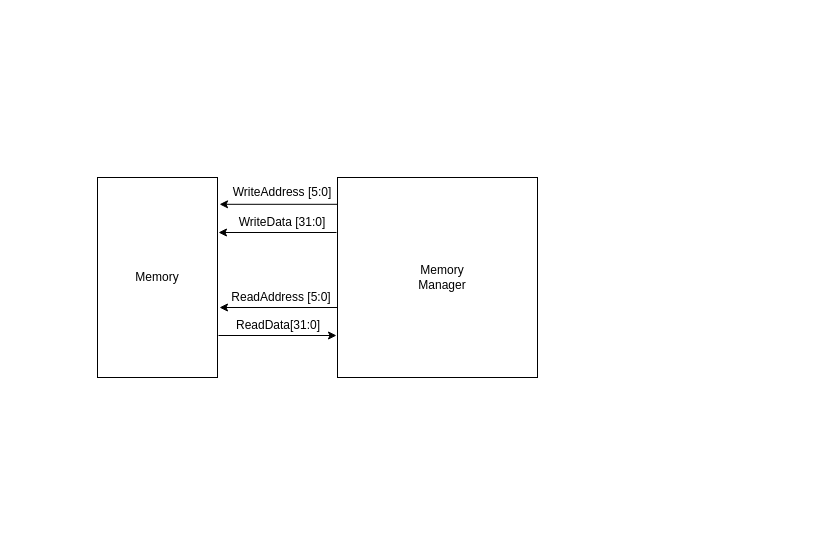
limichael246/STARS_2024 keeps this draw.io diagram as IO_Manager.drawio. Above is the earlier version. Source tidied: cells renumbered, new cells numbered last; positions are measured from the earlier drawing's top-left corner, leaving out a move shared by most shapes. Both pictures are drawn from the tidied source at 100%, with x=0, y=0 at pixel (97, 177).
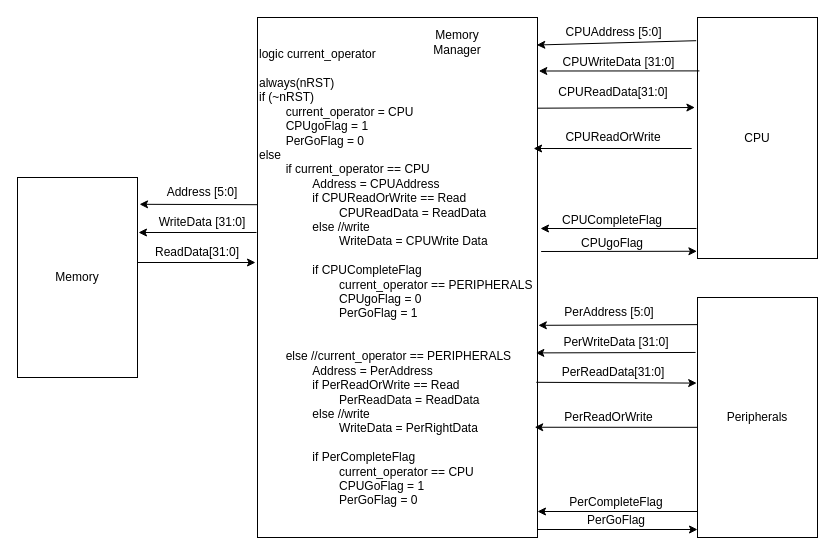
The same diagram, later.

The edit, as a diff of the source:
```diff
@@
-    <mxCell id="2" value="ReadAddress [5:0]" style="text;html=1;align=center;verticalAlign=middle;whiteSpace=wrap;rounded=0;" parent="1" vertex="1">
-      <mxGeometry x="129" y="105" width="110" height="30" as="geometry" />
-    </mxCell>
-    <mxCell id="3" style="rounded=0;whiteSpace=wrap;html=1;" parent="1" vertex="1">
-      <mxGeometry x="240" width="200" height="200" as="geometry" />
+    <mxCell id="3" value="logic current_operator&lt;div&gt;&lt;br&gt;&lt;/div&gt;&lt;div&gt;always(nRST)&lt;/div&gt;&lt;div&gt;if (~nRST)&lt;/div&gt;&lt;div&gt;&lt;span style=&quot;white-space: pre;&quot;&gt;&#9;&lt;/span&gt;current_operator = CPU&lt;br&gt;&lt;/div&gt;&lt;div&gt;&lt;span style=&quot;white-space: pre;&quot;&gt;&#9;&lt;/span&gt;CPUgoFlag = 1&lt;br&gt;&lt;/div&gt;&lt;div&gt;&lt;span style=&quot;white-space: pre;&quot;&gt;&#9;&lt;/span&gt;PerGoFlag = 0&lt;br&gt;&lt;/div&gt;&lt;div&gt;else&lt;/div&gt;&lt;div&gt;&lt;span style=&quot;white-space: pre;&quot;&gt;&#9;&lt;/span&gt;if current_operator == CPU&lt;br&gt;&lt;/div&gt;&lt;div&gt;&lt;span style=&quot;white-space: pre;&quot;&gt;&#9;&lt;/span&gt;&lt;span style=&quot;white-space: pre;&quot;&gt;&#9;&lt;/span&gt;Address = CPUAddress&lt;br&gt;&lt;/div&gt;&lt;div&gt;&lt;span style=&quot;white-space: pre;&quot;&gt;&#9;&lt;/span&gt;&lt;span style=&quot;white-space: pre;&quot;&gt;&#9;&lt;/span&gt;if CPUReadOrWrite == Read&lt;br&gt;&lt;/div&gt;&lt;div&gt;&lt;span style=&quot;white-space: pre;&quot;&gt;&#9;&lt;/span&gt;&lt;span style=&quot;white-space: pre;&quot;&gt;&#9;&lt;/span&gt;&lt;span style=&quot;white-space: pre;&quot;&gt;&#9;&lt;/span&gt;CPUReadData = ReadData&lt;br&gt;&lt;/div&gt;&lt;div&gt;&lt;span style=&quot;white-space: pre;&quot;&gt;&#9;&lt;/span&gt;&lt;span style=&quot;white-space: pre;&quot;&gt;&#9;&lt;/span&gt;else //write&lt;br&gt;&lt;/div&gt;&lt;div&gt;&lt;span style=&quot;white-space: pre;&quot;&gt;&#9;&lt;/span&gt;&lt;span style=&quot;white-space: pre;&quot;&gt;&#9;&lt;/span&gt;&lt;span style=&quot;white-space: pre;&quot;&gt;&#9;&lt;/span&gt;WriteData = CPUWrite Data&lt;br&gt;&lt;/div&gt;&lt;div&gt;&lt;span style=&quot;white-space: pre;&quot;&gt;&#9;&lt;/span&gt;&lt;span style=&quot;white-space: pre;&quot;&gt;&#9;&lt;/span&gt;&lt;br&gt;&lt;/div&gt;&lt;div&gt;&lt;span style=&quot;white-space: pre;&quot;&gt;&#9;&lt;/span&gt;&lt;span style=&quot;white-space: pre;&quot;&gt;&#9;&lt;/span&gt;if CPUCompleteFlag&lt;br&gt;&lt;/div&gt;&lt;div&gt;&lt;span style=&quot;white-space: pre;&quot;&gt;&#9;&lt;/span&gt;&lt;span style=&quot;white-space: pre;&quot;&gt;&#9;&lt;/span&gt;&lt;span style=&quot;white-space: pre;&quot;&gt;&#9;&lt;/span&gt;current_operator == PERIPHERALS&lt;/div&gt;&lt;div&gt;&lt;span style=&quot;white-space: pre;&quot;&gt;&#9;&lt;/span&gt;&lt;span style=&quot;white-space: pre;&quot;&gt;&#9;&lt;/span&gt;&lt;span style=&quot;white-space: pre;&quot;&gt;&#9;&lt;/span&gt;CPUgoFlag = 0&lt;br&gt;&lt;/div&gt;&lt;div&gt;&lt;span style=&quot;white-space: pre;&quot;&gt;&#9;&lt;/span&gt;&lt;span style=&quot;white-space: pre;&quot;&gt;&#9;&lt;/span&gt;&lt;span style=&quot;white-space: pre;&quot;&gt;&#9;&lt;/span&gt;PerGoFlag = 1&lt;br&gt;&lt;/div&gt;&lt;div&gt;&lt;span style=&quot;white-space: pre;&quot;&gt;&#9;&lt;/span&gt;&lt;span style=&quot;white-space: pre;&quot;&gt;&#9;&lt;/span&gt;&lt;span style=&quot;white-space: pre;&quot;&gt;&#9;&lt;/span&gt;&lt;br&gt;&lt;/div&gt;&lt;div&gt;&lt;span style=&quot;white-space: pre;&quot;&gt;&#9;&lt;/span&gt;&lt;span style=&quot;white-space: pre;&quot;&gt;&#9;&lt;/span&gt;&lt;br&gt;&lt;/div&gt;&lt;div&gt;&lt;span style=&quot;white-space: pre;&quot;&gt;&#9;&lt;/span&gt;else //current_operator == PERIPHERALS&lt;br&gt;&lt;/div&gt;&lt;div&gt;&lt;span style=&quot;white-space: pre;&quot;&gt;&#9;&lt;/span&gt;&lt;span style=&quot;white-space: pre;&quot;&gt;&#9;&lt;/span&gt;Address = PerAddress&lt;br&gt;&lt;/div&gt;&lt;div&gt;&lt;span style=&quot;white-space: pre;&quot;&gt;&#9;&lt;/span&gt;&lt;span style=&quot;white-space: pre;&quot;&gt;&#9;&lt;/span&gt;if PerReadOrWrite == Read&lt;br&gt;&lt;/div&gt;&lt;div&gt;&lt;span style=&quot;white-space: pre;&quot;&gt;&#9;&lt;/span&gt;&lt;span style=&quot;white-space: pre;&quot;&gt;&#9;&lt;span style=&quot;white-space: pre;&quot;&gt;&#9;&lt;/span&gt;P&lt;/span&gt;erReadData = ReadData&lt;br&gt;&lt;/div&gt;&lt;div&gt;&lt;span style=&quot;white-space: pre;&quot;&gt;&#9;&lt;/span&gt;&lt;span style=&quot;white-space: pre;&quot;&gt;&#9;&lt;/span&gt;else //write&lt;br&gt;&lt;/div&gt;&lt;div&gt;&lt;span style=&quot;white-space: pre;&quot;&gt;&#9;&lt;/span&gt;&lt;span style=&quot;white-space: pre;&quot;&gt;&#9;&lt;/span&gt;&lt;span style=&quot;white-space: pre;&quot;&gt;&#9;&lt;/span&gt;WriteData = PerRightData&lt;br&gt;&lt;/div&gt;&lt;div&gt;&lt;br&gt;&lt;/div&gt;&lt;div&gt;&lt;span style=&quot;white-space: pre;&quot;&gt;&#9;&lt;/span&gt;&lt;span style=&quot;white-space: pre;&quot;&gt;&#9;&lt;/span&gt;&lt;span style=&quot;background-color: initial;&quot;&gt;if PerCompleteFlag&lt;/span&gt;&lt;br&gt;&lt;/div&gt;&lt;div&gt;&lt;span style=&quot;white-space: pre;&quot;&gt;&#9;&lt;/span&gt;&lt;span style=&quot;white-space: pre;&quot;&gt;&#9;&lt;/span&gt;&lt;span style=&quot;white-space: pre;&quot;&gt;&#9;&lt;/span&gt;current_operator == CPU&lt;/div&gt;&lt;div&gt;&lt;span style=&quot;white-space: pre;&quot;&gt;&#9;&lt;/span&gt;&lt;span style=&quot;white-space: pre;&quot;&gt;&#9;&lt;/span&gt;&lt;span style=&quot;white-space: pre;&quot;&gt;&#9;&lt;/span&gt;CPUGoFlag = 1&lt;br&gt;&lt;/div&gt;&lt;div&gt;&lt;span style=&quot;white-space: pre;&quot;&gt;&#9;&lt;/span&gt;&lt;span style=&quot;white-space: pre;&quot;&gt;&#9;&lt;/span&gt;&lt;span style=&quot;white-space: pre;&quot;&gt;&#9;&lt;/span&gt;PerGoFlag = 0&lt;/div&gt;" style="rounded=0;whiteSpace=wrap;html=1;align=left;" parent="1" vertex="1">
+      <mxGeometry x="160" y="-160" width="280" height="520" as="geometry" />
     </mxCell>
     <mxCell id="4" value="Memory" style="rounded=0;whiteSpace=wrap;html=1;" parent="1" vertex="1">
-      <mxGeometry width="120" height="200" as="geometry" />
+      <mxGeometry x="-80" width="120" height="200" as="geometry" />
     </mxCell>
-    <mxCell id="5" style="endArrow=classic;html=1;rounded=0;exitX=0.002;exitY=0.134;exitDx=0;exitDy=0;exitPerimeter=0;entryX=1.017;entryY=0.134;entryDx=0;entryDy=0;entryPerimeter=0;" parent="1" edge="1" source="3" target="4">
-      <mxGeometry relative="1" as="geometry" />
+    <mxCell id="5" style="endArrow=classic;html=1;rounded=0;exitX=-0.002;exitY=0.36;exitDx=0;exitDy=0;exitPerimeter=0;entryX=1.017;entryY=0.134;entryDx=0;entryDy=0;entryPerimeter=0;" parent="1" edge="1" target="4">
+      <mxGeometry relative="1" as="geometry">
+        <mxPoint x="159.6" y="27.2" as="sourcePoint" />
+      </mxGeometry>
     </mxCell>
     <mxCell id="6" style="endArrow=classic;html=1;rounded=0;exitX=0.002;exitY=0.134;exitDx=0;exitDy=0;exitPerimeter=0;entryX=1.017;entryY=0.134;entryDx=0;entryDy=0;entryPerimeter=0;" parent="1" edge="1">
       <mxGeometry relative="1" as="geometry">
-        <mxPoint x="239" y="55" as="sourcePoint" />
-        <mxPoint x="121" y="55" as="targetPoint" />
+        <mxPoint x="159" y="55" as="sourcePoint" />
+        <mxPoint x="41" y="55" as="targetPoint" />
       </mxGeometry>
     </mxCell>
-    <mxCell id="7" style="endArrow=classic;html=1;rounded=0;exitX=0.002;exitY=0.134;exitDx=0;exitDy=0;exitPerimeter=0;entryX=1.017;entryY=0.134;entryDx=0;entryDy=0;entryPerimeter=0;" parent="1" edge="1">
-      <mxGeometry relative="1" as="geometry">
-        <mxPoint x="240" y="130" as="sourcePoint" />
-        <mxPoint x="122" y="130" as="targetPoint" />
-      </mxGeometry>
-    </mxCell>
     <mxCell id="8" style="endArrow=classic;html=1;rounded=0;exitX=0.002;exitY=0.134;exitDx=0;exitDy=0;exitPerimeter=0;entryX=1.017;entryY=0.134;entryDx=0;entryDy=0;entryPerimeter=0;" parent="1" edge="1">
       <mxGeometry relative="1" as="geometry">
-        <mxPoint x="121" y="158" as="sourcePoint" />
-        <mxPoint x="239" y="158" as="targetPoint" />
+        <mxPoint x="40" y="85" as="sourcePoint" />
+        <mxPoint x="158" y="85" as="targetPoint" />
       </mxGeometry>
     </mxCell>
-    <mxCell id="9" value="WriteAddress [5:0]" style="text;html=1;align=center;verticalAlign=middle;whiteSpace=wrap;rounded=0;" parent="1" vertex="1">
-      <mxGeometry x="130" width="110" height="30" as="geometry" />
+    <mxCell id="9" value="Address [5:0]" style="text;html=1;align=center;verticalAlign=middle;whiteSpace=wrap;rounded=0;" parent="1" vertex="1">
+      <mxGeometry x="50" width="110" height="30" as="geometry" />
     </mxCell>
     <mxCell id="10" value="WriteData [31:0]" style="text;html=1;align=center;verticalAlign=middle;whiteSpace=wrap;rounded=0;" parent="1" vertex="1">
-      <mxGeometry x="130" y="30" width="110" height="30" as="geometry" />
+      <mxGeometry x="50" y="30" width="110" height="30" as="geometry" />
     </mxCell>
     <mxCell id="11" value="ReadData[31:0]" style="text;html=1;align=center;verticalAlign=middle;whiteSpace=wrap;rounded=0;" parent="1" vertex="1">
-      <mxGeometry x="126" y="133" width="110" height="30" as="geometry" />
+      <mxGeometry x="45" y="60" width="110" height="30" as="geometry" />
     </mxCell>
     <mxCell id="12" value="Memory Manager" style="text;html=1;align=center;verticalAlign=middle;whiteSpace=wrap;rounded=0;" parent="1" vertex="1">
-      <mxGeometry x="315" y="85" width="60" height="30" as="geometry" />
+      <mxGeometry x="330" y="-150" width="60" height="30" as="geometry" />
     </mxCell>
+    <mxCell id="13" value="Peripherals" style="rounded=0;whiteSpace=wrap;html=1;" parent="1" vertex="1">
+      <mxGeometry x="600" y="120" width="120" height="240" as="geometry" />
+    </mxCell>
+    <mxCell id="14" value="CPU" style="rounded=0;whiteSpace=wrap;html=1;" parent="1" vertex="1">
+      <mxGeometry x="600" y="-160" width="120" height="241" as="geometry" />
+    </mxCell>
+    <mxCell id="15" style="endArrow=classic;html=1;rounded=0;exitX=1.013;exitY=0.45;exitDx=0;exitDy=0;entryX=-0.005;entryY=0.97;entryDx=0;entryDy=0;entryPerimeter=0;exitPerimeter=0;" parent="1" edge="1" source="3" target="14">
+      <mxGeometry relative="1" as="geometry" />
+    </mxCell>
+    <mxCell id="16" value="CPUgoFlag" style="text;html=1;align=center;verticalAlign=middle;whiteSpace=wrap;rounded=0;" parent="1" vertex="1">
+      <mxGeometry x="485" y="51" width="60" height="30" as="geometry" />
+    </mxCell>
+    <mxCell id="17" style="endArrow=classic;html=1;rounded=0;exitX=0;exitY=0.25;exitDx=0;exitDy=0;entryX=1.003;entryY=0.124;entryDx=0;entryDy=0;entryPerimeter=0;" parent="1" edge="1">
+      <mxGeometry relative="1" as="geometry">
+        <mxPoint x="598.7" y="-136.8" as="sourcePoint" />
+        <mxPoint x="439.3" y="-132.5" as="targetPoint" />
+      </mxGeometry>
+    </mxCell>
+    <mxCell id="18" style="endArrow=classic;html=1;rounded=0;exitX=0.027;exitY=0.375;exitDx=0;exitDy=0;exitPerimeter=0;entryX=1.013;entryY=0.174;entryDx=0;entryDy=0;entryPerimeter=0;" parent="1" edge="1">
+      <mxGeometry relative="1" as="geometry">
+        <mxPoint x="601.9" y="-106.6" as="sourcePoint" />
+        <mxPoint x="441.3" y="-106.5" as="targetPoint" />
+      </mxGeometry>
+    </mxCell>
+    <mxCell id="19" style="endArrow=classic;html=1;rounded=0;exitX=-0.037;exitY=0.697;exitDx=0;exitDy=0;exitPerimeter=0;entryX=0.987;entryY=0.323;entryDx=0;entryDy=0;entryPerimeter=0;" parent="1" edge="1">
+      <mxGeometry relative="1" as="geometry">
+        <mxPoint x="594.2" y="-29" as="sourcePoint" />
+        <mxPoint x="436.1" y="-29" as="targetPoint" />
+      </mxGeometry>
+    </mxCell>
+    <mxCell id="20" style="endArrow=classic;html=1;rounded=0;exitX=1.016;exitY=0.381;exitDx=0;exitDy=0;exitPerimeter=0;entryX=0.005;entryY=0.819;entryDx=0;entryDy=0;entryPerimeter=0;" parent="1" edge="1">
+      <mxGeometry relative="1" as="geometry">
+        <mxPoint x="440" y="-69.3" as="sourcePoint" />
+        <mxPoint x="597.4" y="-70" as="targetPoint" />
+      </mxGeometry>
+    </mxCell>
+    <mxCell id="21" style="endArrow=classic;html=1;rounded=0;entryX=-0.005;entryY=0.935;entryDx=0;entryDy=0;entryPerimeter=0;" parent="1" edge="1">
+      <mxGeometry relative="1" as="geometry">
+        <mxPoint x="440" y="352" as="sourcePoint" />
+        <mxPoint x="600" y="352" as="targetPoint" />
+      </mxGeometry>
+    </mxCell>
+    <mxCell id="22" value="PerGoFlag" style="text;html=1;align=center;verticalAlign=middle;whiteSpace=wrap;rounded=0;" parent="1" vertex="1">
+      <mxGeometry x="489" y="328" width="60" height="30" as="geometry" />
+    </mxCell>
+    <mxCell id="23" style="endArrow=classic;html=1;rounded=0;exitX=0;exitY=0.113;exitDx=0;exitDy=0;exitPerimeter=0;entryX=1.003;entryY=0.592;entryDx=0;entryDy=0;entryPerimeter=0;" parent="1" edge="1" source="13" target="3">
+      <mxGeometry relative="1" as="geometry" />
+    </mxCell>
+    <mxCell id="24" style="endArrow=classic;html=1;rounded=0;exitX=-0.016;exitY=0.229;exitDx=0;exitDy=0;exitPerimeter=0;entryX=0.994;entryY=0.645;entryDx=0;entryDy=0;entryPerimeter=0;" parent="1" edge="1" source="13" target="3">
+      <mxGeometry relative="1" as="geometry" />
+    </mxCell>
+    <mxCell id="25" style="endArrow=classic;html=1;rounded=0;exitX=0;exitY=0.541;exitDx=0;exitDy=0;exitPerimeter=0;entryX=0.99;entryY=0.788;entryDx=0;entryDy=0;entryPerimeter=0;" parent="1" edge="1" source="13" target="3">
+      <mxGeometry relative="1" as="geometry" />
+    </mxCell>
+    <mxCell id="26" style="endArrow=classic;html=1;rounded=0;exitX=0.994;exitY=0.842;exitDx=0;exitDy=0;exitPerimeter=0;entryX=-0.011;entryY=0.661;entryDx=0;entryDy=0;entryPerimeter=0;" parent="1" edge="1">
+      <mxGeometry relative="1" as="geometry">
+        <mxPoint x="438.8" y="204.8" as="sourcePoint" />
+        <mxPoint x="599.2" y="205.6" as="targetPoint" />
+      </mxGeometry>
+    </mxCell>
+    <mxCell id="27" value="CPUReadOrWrite" style="text;html=1;align=center;verticalAlign=middle;whiteSpace=wrap;rounded=0;" parent="1" vertex="1">
+      <mxGeometry x="450" y="-55" width="131.7" height="30" as="geometry" />
+    </mxCell>
+    <mxCell id="28" value="CPUAddress [5:0]" style="text;html=1;align=center;verticalAlign=middle;whiteSpace=wrap;rounded=0;" parent="1" vertex="1">
+      <mxGeometry x="450" y="-160" width="132.7" height="30" as="geometry" />
+    </mxCell>
+    <mxCell id="29" value="CPUWriteData [31:0]" style="text;html=1;align=center;verticalAlign=middle;whiteSpace=wrap;rounded=0;" parent="1" vertex="1">
+      <mxGeometry x="460" y="-130" width="122.7" height="30" as="geometry" />
+    </mxCell>
+    <mxCell id="30" value="CPUReadData[31:0]" style="text;html=1;align=center;verticalAlign=middle;whiteSpace=wrap;rounded=0;" parent="1" vertex="1">
+      <mxGeometry x="460.8" y="-100" width="110" height="30" as="geometry" />
+    </mxCell>
+    <mxCell id="31" value="PerReadOrWrite" style="text;html=1;align=center;verticalAlign=middle;whiteSpace=wrap;rounded=0;" parent="1" vertex="1">
+      <mxGeometry x="450" y="225" width="123" height="30" as="geometry" />
+    </mxCell>
+    <mxCell id="32" value="PerAddress [5:0]" style="text;html=1;align=center;verticalAlign=middle;whiteSpace=wrap;rounded=0;" parent="1" vertex="1">
+      <mxGeometry x="450" y="120" width="124" height="30" as="geometry" />
+    </mxCell>
+    <mxCell id="33" value="PerWriteData [31:0]" style="text;html=1;align=center;verticalAlign=middle;whiteSpace=wrap;rounded=0;" parent="1" vertex="1">
+      <mxGeometry x="464" y="150" width="110" height="30" as="geometry" />
+    </mxCell>
+    <mxCell id="34" value="PerReadData[31:0]" style="text;html=1;align=center;verticalAlign=middle;whiteSpace=wrap;rounded=0;" parent="1" vertex="1">
+      <mxGeometry x="460.5" y="180" width="110" height="30" as="geometry" />
+    </mxCell>
+    <mxCell id="35" style="endArrow=classic;html=1;rounded=0;exitX=1.013;exitY=0.45;exitDx=0;exitDy=0;entryX=-0.005;entryY=0.97;entryDx=0;entryDy=0;entryPerimeter=0;exitPerimeter=0;" parent="1" edge="1">
+      <mxGeometry relative="1" as="geometry">
+        <mxPoint x="599" y="51" as="sourcePoint" />
+        <mxPoint x="443" y="51" as="targetPoint" />
+      </mxGeometry>
+    </mxCell>
+    <mxCell id="36" value="CPUCompleteFlag" style="text;html=1;align=center;verticalAlign=middle;whiteSpace=wrap;rounded=0;" parent="1" vertex="1">
+      <mxGeometry x="485" y="28" width="60" height="30" as="geometry" />
+    </mxCell>
+    <mxCell id="37" style="endArrow=classic;html=1;rounded=0;entryX=-0.005;entryY=0.935;entryDx=0;entryDy=0;entryPerimeter=0;" parent="1" edge="1">
+      <mxGeometry relative="1" as="geometry">
+        <mxPoint x="600" y="334" as="sourcePoint" />
+        <mxPoint x="440" y="334" as="targetPoint" />
+      </mxGeometry>
+    </mxCell>
+    <mxCell id="38" value="PerCompleteFlag" style="text;html=1;align=center;verticalAlign=middle;whiteSpace=wrap;rounded=0;" parent="1" vertex="1">
+      <mxGeometry x="489" y="310" width="60" height="30" as="geometry" />
+    </mxCell>
```
